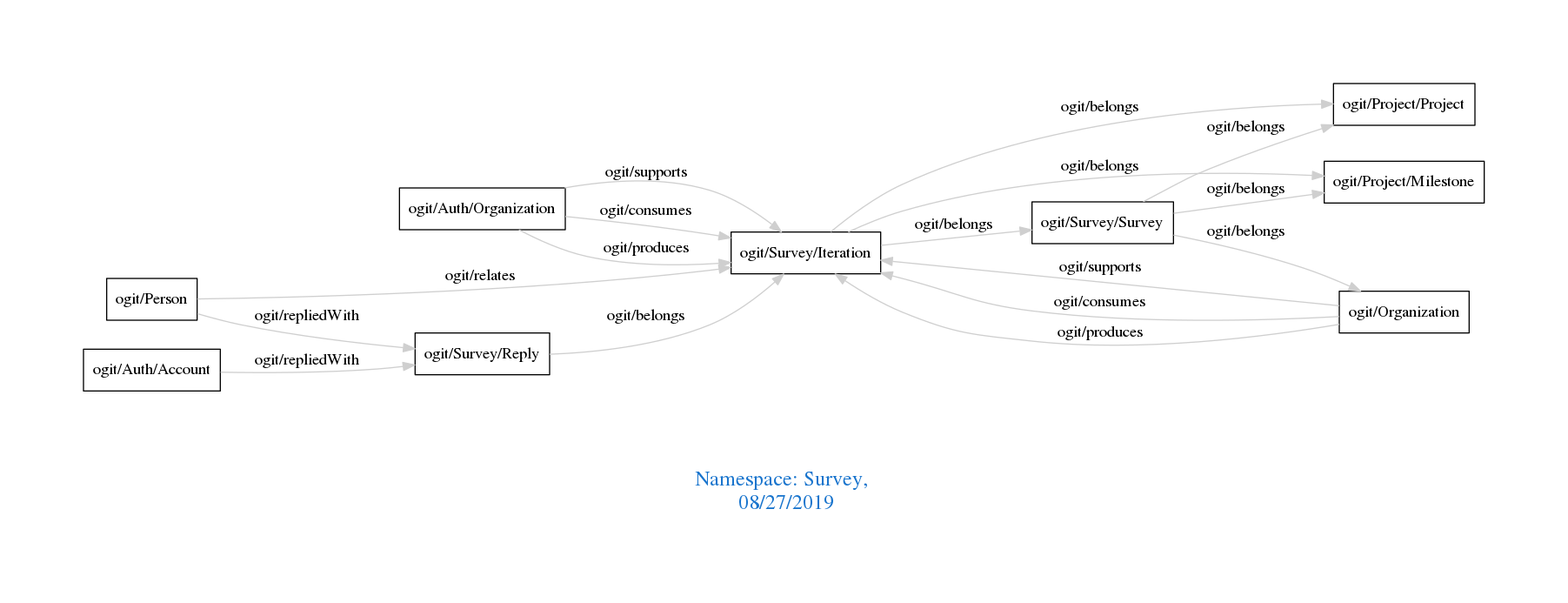
This is downloads/Survey.png from arago/OGIT, a Graphviz export, as it was before one commit. Its source is kept beside it as downloads/Survey.dot.
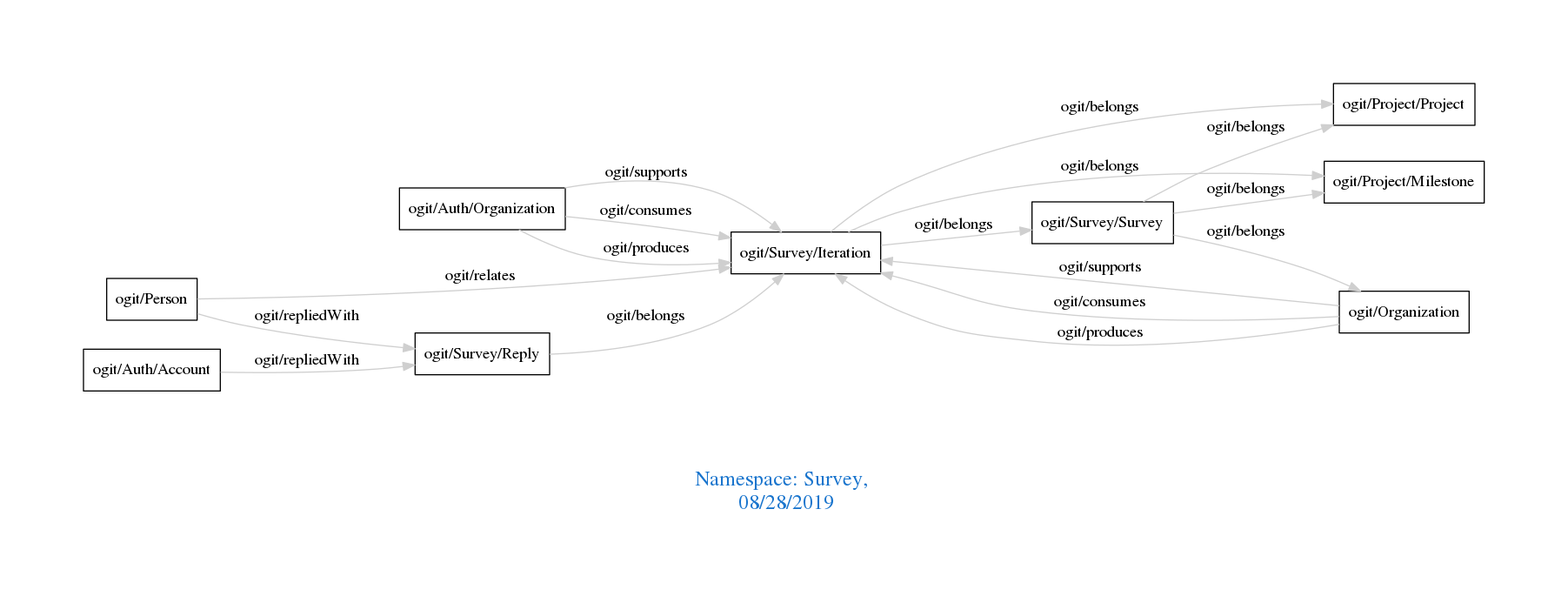
Later version of the same file.

What changed in the source:
```diff
@@ -1,7 +1,7 @@
 digraph OGIT_ontology {
  graph [ rankdir= LR,pad=1
 fontsize = 18,
-fontcolor= dodgerblue3,label = "\n\n\nNamespace: Survey, \n 08/27/2019"];
+fontcolor= dodgerblue3,label = "\n\n\nNamespace: Survey, \n 08/28/2019"];
 node[shape=polygon];
 edge [  color="gray81"];
 
```
